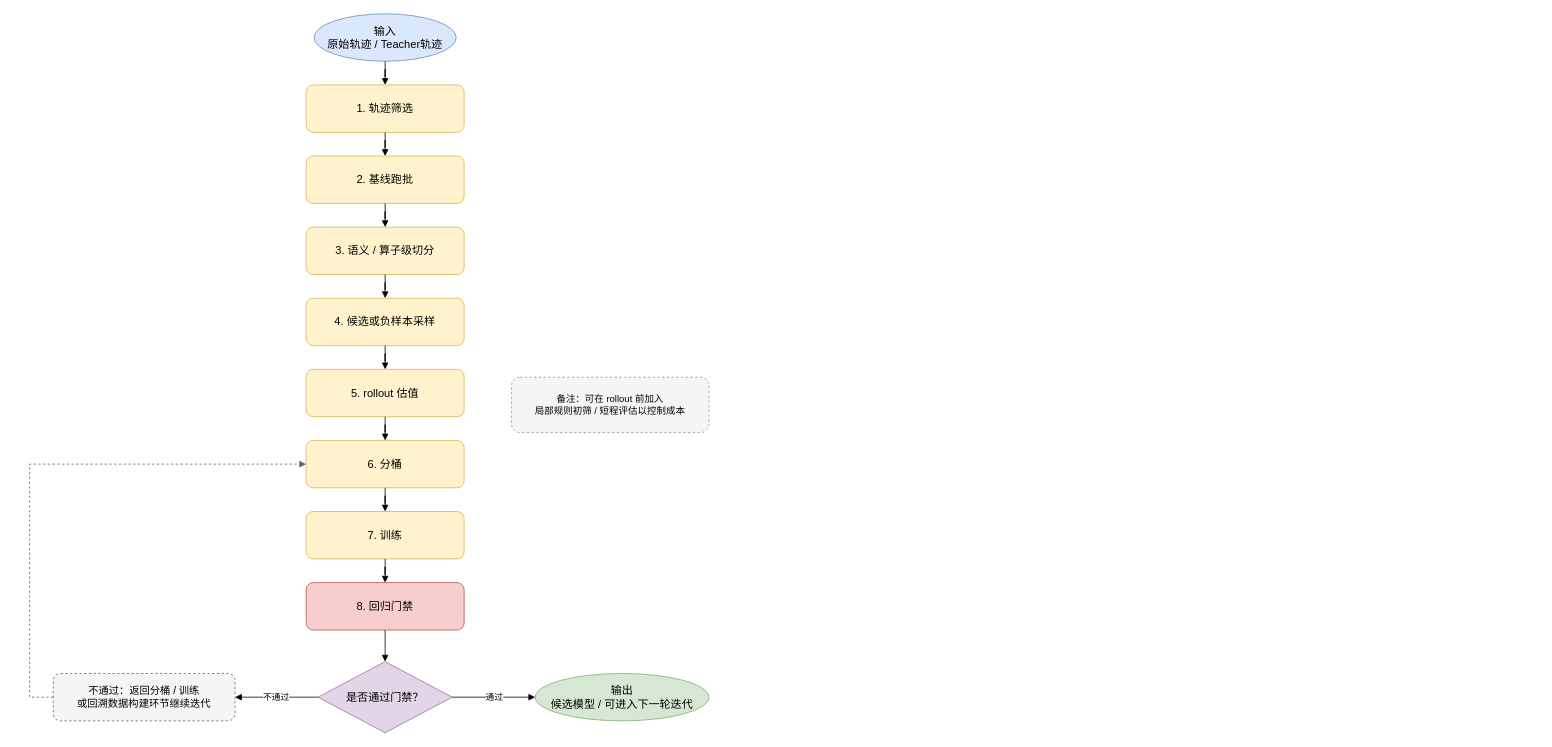
The draw.io diagram trajectory_pipeline0924.drawio in Joooonathannnn/tmp, before the edit. Source tidied: cells renumbered, new cells numbered last; positions are measured from the earlier drawing's top-left corner, leaving out a move shared by most shapes. Both pictures are drawn from the tidied source at 79%, with x=0, y=0 at pixel (29, 13).
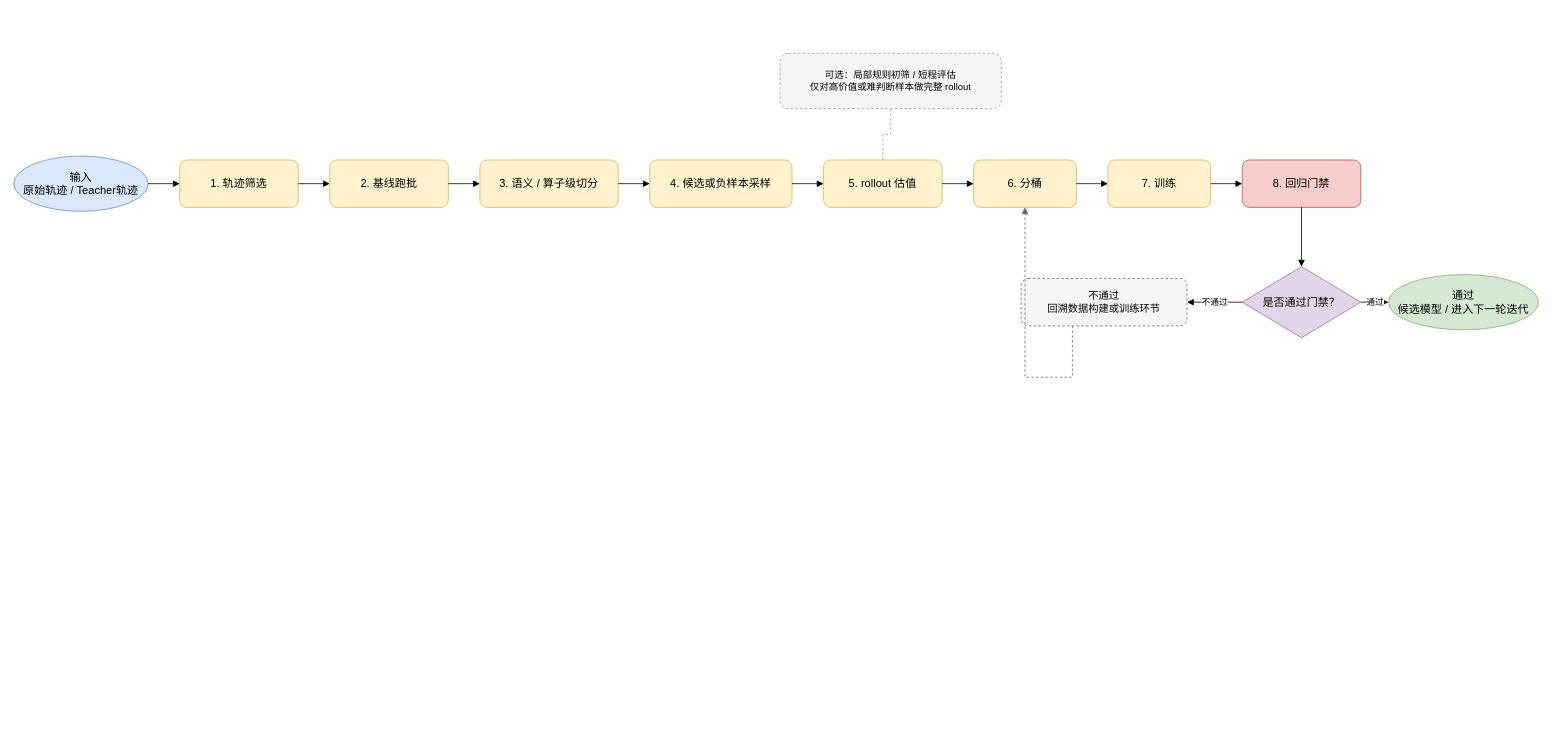
After the change.

Diff of the diagram source:
```diff
@@
     <mxCell id="2" value="输入&#10;原始轨迹 / Teacher轨迹" style="ellipse;whiteSpace=wrap;html=1;fillColor=#dae8fc;strokeColor=#6c8ebf;fontSize=14;" parent="1" vertex="1">
-      <mxGeometry x="360" width="180" height="60" as="geometry" />
+      <mxGeometry x="-20" y="180" width="170" height="70" as="geometry" />
     </mxCell>
     <mxCell id="3" value="1. 轨迹筛选" style="rounded=1;whiteSpace=wrap;html=1;fillColor=#fff2cc;strokeColor=#d6b656;fontSize=14;" parent="1" vertex="1">
-      <mxGeometry x="350" y="90" width="200" height="60" as="geometry" />
+      <mxGeometry x="190" y="185" width="150" height="60" as="geometry" />
     </mxCell>
     <mxCell id="4" value="2. 基线跑批" style="rounded=1;whiteSpace=wrap;html=1;fillColor=#fff2cc;strokeColor=#d6b656;fontSize=14;" parent="1" vertex="1">
-      <mxGeometry x="350" y="180" width="200" height="60" as="geometry" />
+      <mxGeometry x="380" y="185" width="150" height="60" as="geometry" />
     </mxCell>
     <mxCell id="5" value="3. 语义 / 算子级切分" style="rounded=1;whiteSpace=wrap;html=1;fillColor=#fff2cc;strokeColor=#d6b656;fontSize=14;" parent="1" vertex="1">
-      <mxGeometry x="350" y="270" width="200" height="60" as="geometry" />
+      <mxGeometry x="570" y="185" width="175" height="60" as="geometry" />
     </mxCell>
     <mxCell id="6" value="4. 候选或负样本采样" style="rounded=1;whiteSpace=wrap;html=1;fillColor=#fff2cc;strokeColor=#d6b656;fontSize=14;" parent="1" vertex="1">
-      <mxGeometry x="350" y="360" width="200" height="60" as="geometry" />
+      <mxGeometry x="785" y="185" width="180" height="60" as="geometry" />
     </mxCell>
     <mxCell id="7" value="5. rollout 估值" style="rounded=1;whiteSpace=wrap;html=1;fillColor=#fff2cc;strokeColor=#d6b656;fontSize=14;" parent="1" vertex="1">
-      <mxGeometry x="350" y="450" width="200" height="60" as="geometry" />
+      <mxGeometry x="1005" y="185" width="150" height="60" as="geometry" />
     </mxCell>
     <mxCell id="8" value="6. 分桶" style="rounded=1;whiteSpace=wrap;html=1;fillColor=#fff2cc;strokeColor=#d6b656;fontSize=14;" parent="1" vertex="1">
-      <mxGeometry x="350" y="540" width="200" height="60" as="geometry" />
+      <mxGeometry x="1195" y="185" width="130" height="60" as="geometry" />
     </mxCell>
     <mxCell id="9" value="7. 训练" style="rounded=1;whiteSpace=wrap;html=1;fillColor=#fff2cc;strokeColor=#d6b656;fontSize=14;" parent="1" vertex="1">
-      <mxGeometry x="350" y="630" width="200" height="60" as="geometry" />
+      <mxGeometry x="1365" y="185" width="130" height="60" as="geometry" />
     </mxCell>
     <mxCell id="10" value="8. 回归门禁" style="rounded=1;whiteSpace=wrap;html=1;fillColor=#f8cecc;strokeColor=#b85450;fontSize=14;" parent="1" vertex="1">
-      <mxGeometry x="350" y="720" width="200" height="60" as="geometry" />
+      <mxGeometry x="1535" y="185" width="150" height="60" as="geometry" />
     </mxCell>
     <mxCell id="11" value="是否通过门禁？" style="rhombus;whiteSpace=wrap;html=1;fillColor=#e1d5e7;strokeColor=#9673a6;fontSize=14;" parent="1" vertex="1">
-      <mxGeometry x="365" y="820" width="170" height="90" as="geometry" />
+      <mxGeometry x="1535" y="320" width="150" height="90" as="geometry" />
     </mxCell>
-    <mxCell id="12" value="输出&#10;候选模型 / 可进入下一轮迭代" style="ellipse;whiteSpace=wrap;html=1;fillColor=#d5e8d4;strokeColor=#82b366;fontSize=14;" parent="1" vertex="1">
-      <mxGeometry x="640" y="835" width="220" height="60" as="geometry" />
+    <mxCell id="12" value="通过&#10;候选模型 / 进入下一轮迭代" style="ellipse;whiteSpace=wrap;html=1;fillColor=#d5e8d4;strokeColor=#82b366;fontSize=14;" parent="1" vertex="1">
+      <mxGeometry x="1720" y="330" width="190" height="70" as="geometry" />
     </mxCell>
-    <mxCell id="13" value="不通过：返回分桶 / 训练&#10;或回溯数据构建环节继续迭代" style="rounded=1;whiteSpace=wrap;html=1;fillColor=#f5f5f5;strokeColor=#666666;fontSize=13;dashed=1;" parent="1" vertex="1">
-      <mxGeometry x="30" y="835" width="230" height="60" as="geometry" />
+    <mxCell id="13" value="不通过&#10;回溯数据构建或训练环节" style="rounded=1;whiteSpace=wrap;html=1;fillColor=#f5f5f5;strokeColor=#666666;fontSize=13;dashed=1;" parent="1" vertex="1">
+      <mxGeometry x="1255" y="335" width="210" height="60" as="geometry" />
     </mxCell>
-    <mxCell id="14" value="备注：可在 rollout 前加入&#10;局部规则初筛 / 短程评估以控制成本" style="rounded=1;whiteSpace=wrap;html=1;fillColor=#f5f5f5;strokeColor=#999999;fontSize=12;dashed=1;" parent="1" vertex="1">
-      <mxGeometry x="610" y="460" width="250" height="70" as="geometry" />
+    <mxCell id="14" value="可选：局部规则初筛 / 短程评估&#10;仅对高价值或难判断样本做完整 rollout" style="rounded=1;whiteSpace=wrap;html=1;fillColor=#f5f5f5;strokeColor=#999999;fontSize=12;dashed=1;" parent="1" vertex="1">
+      <mxGeometry x="950" y="50" width="280" height="70" as="geometry" />
     </mxCell>
-    <mxCell id="15" style="edgeStyle=orthogonalEdgeStyle;rounded=0;jettySize=auto;html=1;endArrow=block;endFill=1;" parent="1" edge="1" source="2" target="3">
+    <mxCell id="15" style="edgeStyle=orthogonalEdgeStyle;rounded=0;html=1;endArrow=block;endFill=1;" parent="1" edge="1" source="2" target="3">
       <mxGeometry relative="1" as="geometry" />
     </mxCell>
-    <mxCell id="16" style="edgeStyle=orthogonalEdgeStyle;rounded=0;jettySize=auto;html=1;endArrow=block;endFill=1;" parent="1" edge="1" source="3" target="4">
+    <mxCell id="16" style="edgeStyle=orthogonalEdgeStyle;rounded=0;html=1;endArrow=block;endFill=1;" parent="1" edge="1" source="3" target="4">
       <mxGeometry relative="1" as="geometry" />
     </mxCell>
-    <mxCell id="17" style="edgeStyle=orthogonalEdgeStyle;rounded=0;jettySize=auto;html=1;endArrow=block;endFill=1;" parent="1" edge="1" source="4" target="5">
+    <mxCell id="17" style="edgeStyle=orthogonalEdgeStyle;rounded=0;html=1;endArrow=block;endFill=1;" parent="1" edge="1" source="4" target="5">
       <mxGeometry relative="1" as="geometry" />
     </mxCell>
-    <mxCell id="18" style="edgeStyle=orthogonalEdgeStyle;rounded=0;jettySize=auto;html=1;endArrow=block;endFill=1;" parent="1" edge="1" source="5" target="6">
+    <mxCell id="18" style="edgeStyle=orthogonalEdgeStyle;rounded=0;html=1;endArrow=block;endFill=1;" parent="1" edge="1" source="5" target="6">
       <mxGeometry relative="1" as="geometry" />
     </mxCell>
-    <mxCell id="19" style="edgeStyle=orthogonalEdgeStyle;rounded=0;jettySize=auto;html=1;endArrow=block;endFill=1;" parent="1" edge="1" source="6" target="7">
+    <mxCell id="19" style="edgeStyle=orthogonalEdgeStyle;rounded=0;html=1;endArrow=block;endFill=1;" parent="1" edge="1" source="6" target="7">
       <mxGeometry relative="1" as="geometry" />
     </mxCell>
-    <mxCell id="20" style="edgeStyle=orthogonalEdgeStyle;rounded=0;jettySize=auto;html=1;endArrow=block;endFill=1;" parent="1" edge="1" source="7" target="8">
+    <mxCell id="20" style="edgeStyle=orthogonalEdgeStyle;rounded=0;html=1;endArrow=block;endFill=1;" parent="1" edge="1" source="7" target="8">
       <mxGeometry relative="1" as="geometry" />
     </mxCell>
-    <mxCell id="21" style="edgeStyle=orthogonalEdgeStyle;rounded=0;jettySize=auto;html=1;endArrow=block;endFill=1;" parent="1" edge="1" source="8" target="9">
+    <mxCell id="21" style="edgeStyle=orthogonalEdgeStyle;rounded=0;html=1;endArrow=block;endFill=1;" parent="1" edge="1" source="8" target="9">
       <mxGeometry relative="1" as="geometry" />
     </mxCell>
-    <mxCell id="22" style="edgeStyle=orthogonalEdgeStyle;rounded=0;jettySize=auto;html=1;endArrow=block;endFill=1;" parent="1" edge="1" source="9" target="10">
+    <mxCell id="22" style="edgeStyle=orthogonalEdgeStyle;rounded=0;html=1;endArrow=block;endFill=1;" parent="1" edge="1" source="9" target="10">
       <mxGeometry relative="1" as="geometry" />
     </mxCell>
-    <mxCell id="23" style="edgeStyle=orthogonalEdgeStyle;rounded=0;jettySize=auto;html=1;endArrow=block;endFill=1;" parent="1" edge="1" source="10" target="11">
+    <mxCell id="23" style="edgeStyle=orthogonalEdgeStyle;rounded=0;html=1;endArrow=block;endFill=1;" parent="1" edge="1" source="10" target="11">
       <mxGeometry relative="1" as="geometry" />
     </mxCell>
-    <mxCell id="24" value="通过" style="edgeStyle=orthogonalEdgeStyle;rounded=0;jettySize=auto;html=1;endArrow=block;endFill=1;" parent="1" edge="1" source="11" target="12">
+    <mxCell id="24" value="通过" style="edgeStyle=orthogonalEdgeStyle;rounded=0;html=1;endArrow=block;endFill=1;" parent="1" edge="1" source="11" target="12">
       <mxGeometry relative="1" as="geometry" />
     </mxCell>
-    <mxCell id="25" value="不通过" style="edgeStyle=orthogonalEdgeStyle;rounded=0;jettySize=auto;html=1;endArrow=block;endFill=1;" parent="1" edge="1" source="11" target="13">
+    <mxCell id="25" value="不通过" style="edgeStyle=orthogonalEdgeStyle;rounded=0;html=1;endArrow=block;endFill=1;" parent="1" edge="1" source="11" target="13">
       <mxGeometry relative="1" as="geometry" />
     </mxCell>
-    <mxCell id="26" style="edgeStyle=orthogonalEdgeStyle;rounded=0;jettySize=auto;html=1;endArrow=block;endFill=1;dashed=1;strokeColor=#666666;" parent="1" edge="1" source="13" target="8">
+    <mxCell id="26" style="edgeStyle=orthogonalEdgeStyle;rounded=0;html=1;endArrow=block;endFill=1;dashed=1;strokeColor=#666666;" parent="1" edge="1" source="13" target="8">
       <mxGeometry relative="1" as="geometry">
         <Array as="points">
-          <mxPoint y="865" />
-          <mxPoint y="570" />
+          <mxPoint x="1320" y="460" />
+          <mxPoint x="1260" y="460" />
+          <mxPoint x="1260" y="280" />
         </Array>
       </mxGeometry>
     </mxCell>
+    <mxCell id="27" style="edgeStyle=orthogonalEdgeStyle;rounded=0;html=1;endArrow=none;dashed=1;strokeColor=#999999;" parent="1" edge="1" source="14" target="7">
+      <mxGeometry relative="1" as="geometry" />
+    </mxCell>
```
